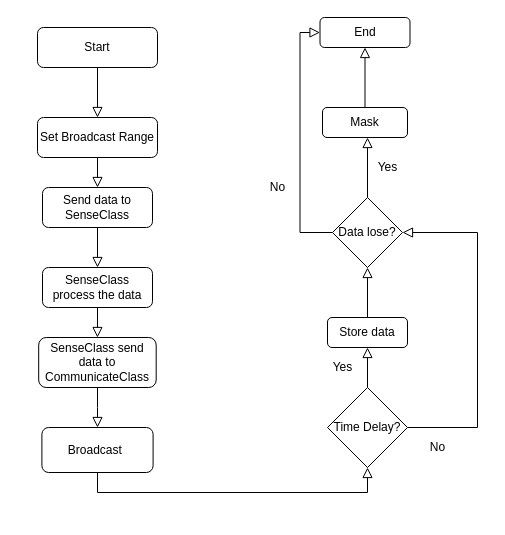
This is _data/Broadcast Diagram.drawio from swsamleo/wei_shao.github.io, a draw.io file, before an edit. Source tidied: cells renumbered, new cells numbered last; positions are measured from the earlier drawing's top-left corner, leaving out a move shared by most shapes. Both pictures are drawn from the tidied source at 100%, with x=0, y=0 at pixel (37, 17).
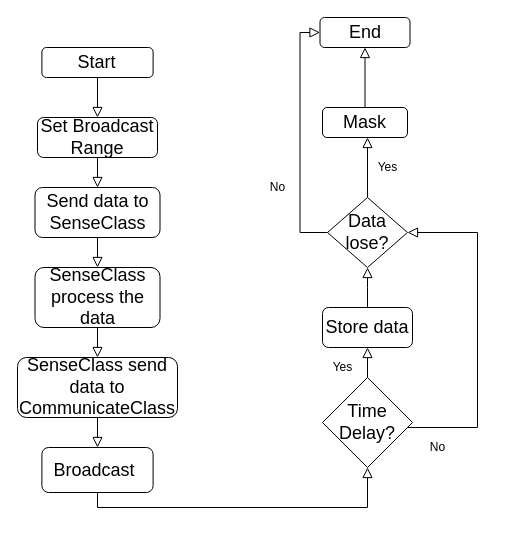
The same page after the edit.

The edit, as a diff of the source:
```diff
@@
-    <mxCell id="3" value="Start" style="rounded=1;whiteSpace=wrap;html=1;fontSize=12;glass=0;strokeWidth=1;shadow=0;" parent="1" vertex="1">
-      <mxGeometry y="10" width="120" height="40" as="geometry" />
+    <mxCell id="3" value="&lt;font style=&quot;font-size: 18px&quot;&gt;Start&lt;/font&gt;" style="rounded=1;whiteSpace=wrap;html=1;fontSize=12;glass=0;strokeWidth=1;shadow=0;" parent="1" vertex="1">
+      <mxGeometry x="4.4" y="30" width="111.2" height="30" as="geometry" />
     </mxCell>
@@
-    <mxCell id="5" value="Set Broadcast Range" style="rounded=1;whiteSpace=wrap;html=1;" parent="1" vertex="1">
+    <mxCell id="5" value="&lt;font style=&quot;font-size: 18px&quot;&gt;Set Broadcast Range&lt;/font&gt;" style="rounded=1;whiteSpace=wrap;html=1;" parent="1" vertex="1">
       <mxGeometry y="100" width="120" height="40" as="geometry" />
     </mxCell>
@@
-    <mxCell id="7" value="Send data to SenseClass" style="rounded=1;whiteSpace=wrap;html=1;" parent="1" vertex="1">
-      <mxGeometry x="5" y="170" width="110" height="40" as="geometry" />
+    <mxCell id="7" value="&lt;font style=&quot;font-size: 18px&quot;&gt;Send data to SenseClass&lt;/font&gt;" style="rounded=1;whiteSpace=wrap;html=1;" parent="1" vertex="1">
+      <mxGeometry x="-2.5" y="170" width="125" height="50" as="geometry" />
     </mxCell>
@@
-    <mxCell id="9" value="SenseClass process the data" style="rounded=1;whiteSpace=wrap;html=1;" parent="1" vertex="1">
-      <mxGeometry x="5" y="250" width="110" height="40" as="geometry" />
+    <mxCell id="9" value="&lt;font style=&quot;font-size: 18px&quot;&gt;SenseClass process the data&lt;/font&gt;" style="rounded=1;whiteSpace=wrap;html=1;" parent="1" vertex="1">
+      <mxGeometry x="-2.5" y="250" width="125" height="60" as="geometry" />
     </mxCell>
@@
-    <mxCell id="11" value="SenseClass send data to CommunicateClass" style="rounded=1;whiteSpace=wrap;html=1;" parent="1" vertex="1">
-      <mxGeometry x="1.2" y="320" width="117.5" height="50" as="geometry" />
+    <mxCell id="11" value="&lt;font style=&quot;font-size: 18px&quot;&gt;SenseClass send data to CommunicateClass&lt;/font&gt;" style="rounded=1;whiteSpace=wrap;html=1;" parent="1" vertex="1">
+      <mxGeometry x="-20" y="340" width="160" height="60" as="geometry" />
     </mxCell>
     <mxCell id="12" style="edgeStyle=orthogonalEdgeStyle;rounded=0;jettySize=auto;html=1;exitX=0.5;exitY=1;exitDx=0;exitDy=0;endArrow=block;endFill=0;endSize=8;entryX=0.5;entryY=1;entryDx=0;entryDy=0;" parent="1" edge="1" source="13">
       <mxGeometry relative="1" as="geometry">
         <mxPoint x="330" y="450" as="targetPoint" />
         <Array as="points">
-          <mxPoint x="60" y="475" />
-          <mxPoint x="330" y="475" />
+          <mxPoint x="60" y="490" />
+          <mxPoint x="330" y="490" />
         </Array>
       </mxGeometry>
     </mxCell>
-    <mxCell id="13" value="Broadcast&amp;nbsp;" style="rounded=1;whiteSpace=wrap;html=1;" parent="1" vertex="1">
-      <mxGeometry x="4.4" y="410" width="111.2" height="45" as="geometry" />
+    <mxCell id="13" value="&lt;font style=&quot;font-size: 18px&quot;&gt;Broadcast&amp;nbsp;&lt;/font&gt;" style="rounded=1;whiteSpace=wrap;html=1;" parent="1" vertex="1">
+      <mxGeometry x="4.4" y="430" width="111.2" height="45" as="geometry" />
     </mxCell>
@@
-    <mxCell id="16" value="Time Delay?" style="rhombus;whiteSpace=wrap;html=1;" parent="1" vertex="1">
-      <mxGeometry x="290" y="370" width="80" height="80" as="geometry" />
+    <mxCell id="16" value="&lt;font style=&quot;font-size: 18px&quot;&gt;Time Delay?&lt;/font&gt;" style="rhombus;whiteSpace=wrap;html=1;" parent="1" vertex="1">
+      <mxGeometry x="285" y="360" width="90" height="90" as="geometry" />
     </mxCell>
@@
-    <mxCell id="19" value="Store data" style="rounded=1;whiteSpace=wrap;html=1;" parent="1" vertex="1">
-      <mxGeometry x="290" y="300" width="80" height="30" as="geometry" />
+    <mxCell id="19" value="&lt;font style=&quot;font-size: 18px&quot;&gt;Store data&lt;/font&gt;" style="rounded=1;whiteSpace=wrap;html=1;" parent="1" vertex="1">
+      <mxGeometry x="285" y="290" width="90" height="40" as="geometry" />
     </mxCell>
@@
-    <mxCell id="23" value="Data lose?" style="rhombus;whiteSpace=wrap;html=1;" parent="1" vertex="1">
-      <mxGeometry x="295" y="180" width="70" height="70" as="geometry" />
+    <mxCell id="23" value="&lt;font style=&quot;font-size: 18px&quot;&gt;Data lose?&lt;/font&gt;" style="rhombus;whiteSpace=wrap;html=1;" parent="1" vertex="1">
+      <mxGeometry x="290" y="180" width="80" height="70" as="geometry" />
     </mxCell>
@@
-    <mxCell id="27" value="Mask" style="rounded=1;whiteSpace=wrap;html=1;" parent="1" vertex="1">
+    <mxCell id="27" value="&lt;font style=&quot;font-size: 18px&quot;&gt;Mask&lt;/font&gt;" style="rounded=1;whiteSpace=wrap;html=1;" parent="1" vertex="1">
       <mxGeometry x="285" y="90" width="85" height="30" as="geometry" />
     </mxCell>
-    <mxCell id="28" value="End" style="rounded=1;whiteSpace=wrap;html=1;" parent="1" vertex="1">
+    <mxCell id="28" value="&lt;font style=&quot;font-size: 18px&quot;&gt;End&lt;/font&gt;" style="rounded=1;whiteSpace=wrap;html=1;" parent="1" vertex="1">
       <mxGeometry x="282.5" width="90" height="30" as="geometry" />
     </mxCell>
```
